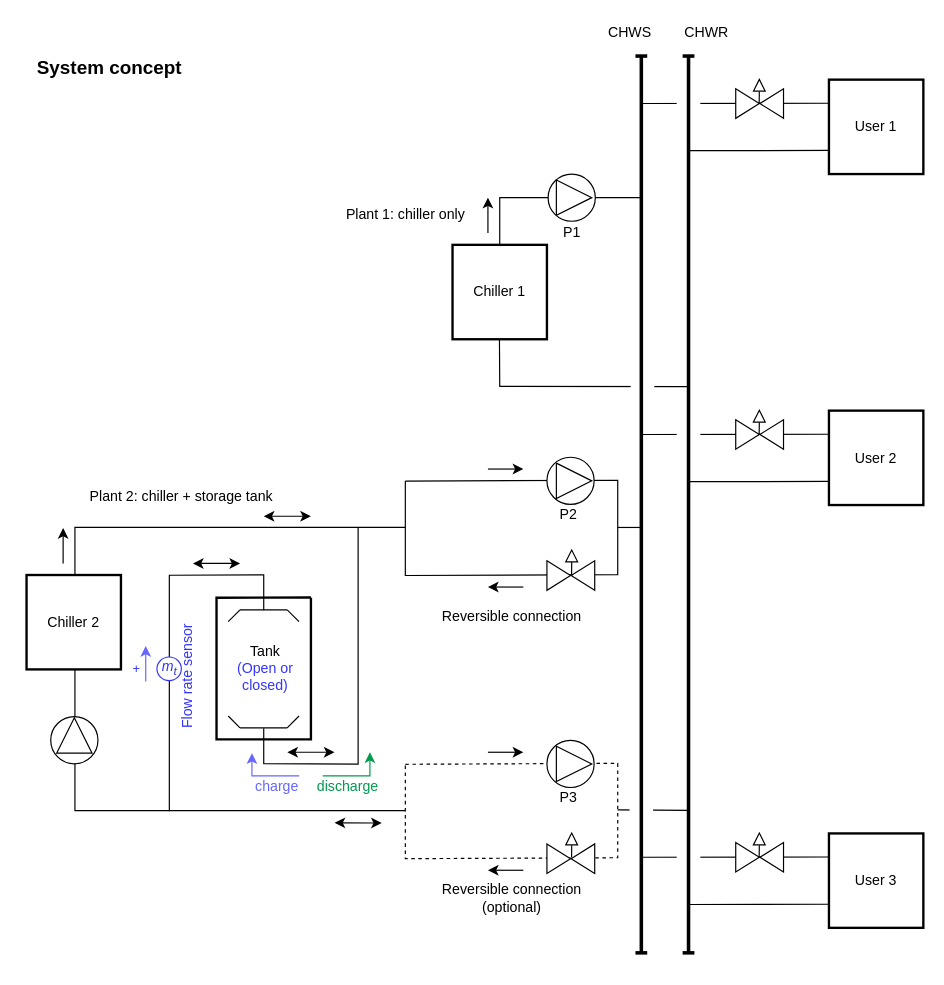
The draw.io diagram Buildings/Resources/Images/Fluid/Storage/Plant/DualSource.drawio in lbl-srg/modelica-buildings, before the edit. Source tidied: cells renumbered, new cells numbered last; positions are measured from the earlier drawing's top-left corner, leaving out a move shared by most shapes. Both pictures are drawn from the tidied source at 118%, with x=0, y=0 at pixel (26, 20).
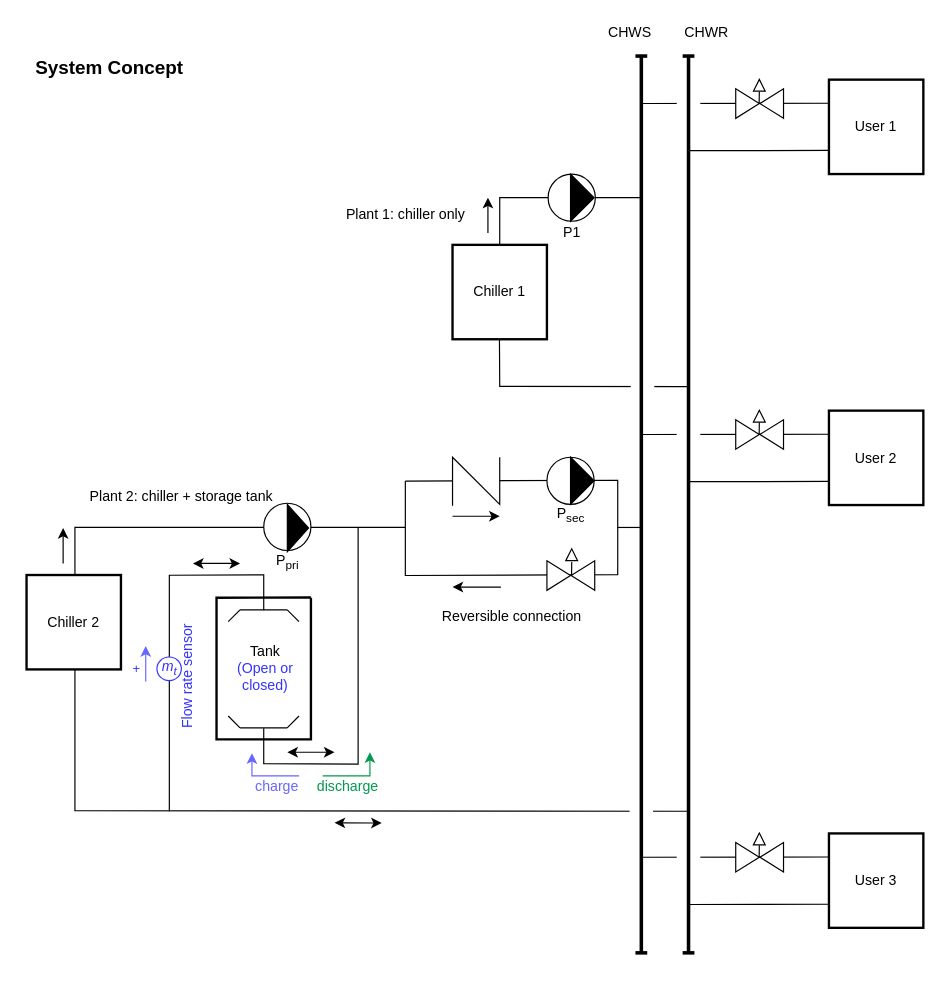
After the change.

What changed in the source:
```diff
@@
-    <mxCell id="2" style="endArrow=none;html=1;rounded=0;" parent="1" edge="1">
-      <mxGeometry relative="1" as="geometry">
-        <mxPoint x="561" y="669.2" as="sourcePoint" />
-        <mxPoint x="501" y="668.9" as="targetPoint" />
-      </mxGeometry>
-    </mxCell>
@@
-    <mxCell id="4" value="&lt;b&gt;&lt;font style=&quot;font-size: 16px&quot;&gt;System concept&lt;/font&gt;&lt;/b&gt;" style="text;html=1;align=center;verticalAlign=middle;strokeColor=none;fillColor=none;strokeWidth=1;" parent="1" vertex="1">
-      <mxGeometry y="30" width="140" height="20" as="geometry" />
+    <mxCell id="4" value="&lt;b&gt;&lt;font style=&quot;font-size: 16px&quot;&gt;System Concept&lt;/font&gt;&lt;/b&gt;" style="text;html=1;align=center;verticalAlign=middle;strokeColor=none;fillColor=none;strokeWidth=1;" parent="1" vertex="1">
+      <mxGeometry x="-5" y="25" width="150" height="30" as="geometry" />
     </mxCell>
@@
-    <mxCell id="11" style="endArrow=classic;html=1;rounded=0;strokeWidth=1;startArrow=classic;startFill=1;" parent="1" edge="1">
-      <mxGeometry relative="1" as="geometry">
-        <mxPoint x="201" y="420" as="sourcePoint" />
-        <mxPoint x="241" y="420" as="targetPoint" />
-      </mxGeometry>
-    </mxCell>
@@
     <mxCell id="19" style="endArrow=none;html=1;rounded=0;fontColor=#3333FF;strokeColor=#000000;" parent="1" edge="1">
       <mxGeometry relative="1" as="geometry">
         <mxPoint x="41" y="549.5" as="sourcePoint" />
-        <mxPoint x="321" y="669.5" as="targetPoint" />
+        <mxPoint x="561" y="670" as="targetPoint" />
         <Array as="points">
           <mxPoint x="41" y="669.5" />
         </Array>
       </mxGeometry>
     </mxCell>
-    <mxCell id="20" style="ellipse;whiteSpace=wrap;html=1;fontSize=16;strokeWidth=1;" parent="1" vertex="1">
-      <mxGeometry x="20.5" y="589.8" width="40" height="40" as="geometry" />
-    </mxCell>
-    <mxCell id="21" style="triangle;whiteSpace=wrap;html=1;fontSize=16;strokeWidth=1;rotation=-90;" parent="1" vertex="1">
-      <mxGeometry x="25.5" y="590.8" width="30" height="30" as="geometry" />
-    </mxCell>
@@
-    <mxCell id="34" style="endArrow=none;html=1;rounded=0;" parent="1" edge="1">
-      <mxGeometry relative="1" as="geometry">
-        <mxPoint x="321" y="390.2" as="sourcePoint" />
-        <mxPoint x="321" y="390.2" as="targetPoint" />
-        <Array as="points">
-          <mxPoint x="501" y="389.5" />
-          <mxPoint x="501" y="469.5" />
-          <mxPoint x="321" y="470.2" />
-        </Array>
-      </mxGeometry>
-    </mxCell>
@@
-    <mxCell id="36" style="triangle;whiteSpace=wrap;html=1;fontSize=16;strokeWidth=1;rotation=0;" parent="1" vertex="1">
-      <mxGeometry x="441" y="457.8" width="20" height="25" as="geometry" />
-    </mxCell>
-    <mxCell id="37" style="triangle;whiteSpace=wrap;html=1;fontSize=16;strokeWidth=1;rotation=-180;" parent="1" vertex="1">
-      <mxGeometry x="461.5" y="457.8" width="20" height="25" as="geometry" />
-    </mxCell>
-    <mxCell id="38" style="ellipse;whiteSpace=wrap;html=1;fontSize=16;strokeWidth=1;" parent="1" vertex="1">
-      <mxGeometry x="441" y="370" width="40" height="40" as="geometry" />
-    </mxCell>
-    <mxCell id="39" style="triangle;whiteSpace=wrap;html=1;fontSize=16;strokeWidth=1;rotation=0;" parent="1" vertex="1">
-      <mxGeometry x="449" y="375" width="30" height="30" as="geometry" />
-    </mxCell>
@@
-    <mxCell id="44" style="triangle;whiteSpace=wrap;html=1;fontSize=16;strokeWidth=1;rotation=0;" parent="1" vertex="1">
-      <mxGeometry x="449" y="135" width="30" height="30" as="geometry" />
+    <mxCell id="44" style="triangle;whiteSpace=wrap;html=1;fontSize=16;strokeWidth=1;rotation=0;fillColor=#000000;" parent="1" vertex="1">
+      <mxGeometry x="461" y="130" width="20" height="40" as="geometry" />
     </mxCell>
-    <mxCell id="45" style="endArrow=classic;html=1;rounded=0;strokeWidth=1;" parent="1" edge="1">
-      <mxGeometry relative="1" as="geometry">
-        <mxPoint x="421" y="480" as="sourcePoint" />
-        <mxPoint x="391" y="480" as="targetPoint" />
-      </mxGeometry>
-    </mxCell>
@@
-    <mxCell id="55" value="P2" style="text;html=1;align=center;verticalAlign=middle;strokeColor=none;fillColor=none;" parent="1" vertex="1">
-      <mxGeometry x="444" y="409" width="30" height="20" as="geometry" />
-    </mxCell>
@@
-    <mxCell id="78" style="endArrow=none;html=1;rounded=0;entryX=0.993;entryY=0.507;entryDx=0;entryDy=0;entryPerimeter=0;" parent="1" edge="1">
-      <mxGeometry relative="1" as="geometry">
-        <mxPoint x="462" y="458.8" as="sourcePoint" />
-        <mxPoint x="461.9" y="469.3" as="targetPoint" />
-      </mxGeometry>
-    </mxCell>
-    <mxCell id="79" style="triangle;whiteSpace=wrap;html=1;fontSize=16;strokeWidth=1;rotation=-90;" parent="1" vertex="1">
-      <mxGeometry x="457" y="448.6" width="10" height="10" as="geometry" />
-    </mxCell>
@@
-    <mxCell id="82" style="endArrow=classic;html=1;rounded=0;strokeWidth=1;" parent="1" edge="1">
-      <mxGeometry relative="1" as="geometry">
-        <mxPoint x="391" y="380" as="sourcePoint" />
-        <mxPoint x="421" y="380" as="targetPoint" />
-      </mxGeometry>
-    </mxCell>
+    <mxCell id="95" style="endArrow=none;html=1;rounded=0;" parent="1" edge="1">
+      <mxGeometry relative="1" as="geometry">
+        <mxPoint x="321" y="390.2" as="sourcePoint" />
+        <mxPoint x="321" y="390.2" as="targetPoint" />
+        <Array as="points">
+          <mxPoint x="501" y="389.5" />
+          <mxPoint x="501" y="469.5" />
+          <mxPoint x="321" y="470.2" />
+        </Array>
+      </mxGeometry>
+    </mxCell>
+    <mxCell id="96" style="triangle;whiteSpace=wrap;html=1;fontSize=16;strokeWidth=1;rotation=0;" parent="1" vertex="1">
+      <mxGeometry x="441" y="457.8" width="20" height="25" as="geometry" />
+    </mxCell>
+    <mxCell id="97" style="triangle;whiteSpace=wrap;html=1;fontSize=16;strokeWidth=1;rotation=-180;" parent="1" vertex="1">
+      <mxGeometry x="461.5" y="457.8" width="20" height="25" as="geometry" />
+    </mxCell>
+    <mxCell id="98" style="ellipse;whiteSpace=wrap;html=1;fontSize=16;strokeWidth=1;" parent="1" vertex="1">
+      <mxGeometry x="441" y="370" width="40" height="40" as="geometry" />
+    </mxCell>
+    <mxCell id="99" style="triangle;whiteSpace=wrap;html=1;fontSize=16;strokeWidth=1;rotation=0;fillColor=#000000;" parent="1" vertex="1">
+      <mxGeometry x="461" y="370" width="20" height="40" as="geometry" />
+    </mxCell>
+    <mxCell id="100" style="endArrow=classic;html=1;rounded=0;strokeWidth=1;" parent="1" edge="1">
+      <mxGeometry relative="1" as="geometry">
+        <mxPoint x="402" y="480" as="sourcePoint" />
+        <mxPoint x="361" y="480" as="targetPoint" />
+      </mxGeometry>
+    </mxCell>
+    <mxCell id="101" style="endArrow=none;html=1;rounded=0;entryX=0.993;entryY=0.507;entryDx=0;entryDy=0;entryPerimeter=0;" parent="1" edge="1">
+      <mxGeometry relative="1" as="geometry">
+        <mxPoint x="462" y="458.8" as="sourcePoint" />
+        <mxPoint x="461.9" y="469.3" as="targetPoint" />
+      </mxGeometry>
+    </mxCell>
+    <mxCell id="102" style="endArrow=classic;html=1;rounded=0;strokeWidth=1;" parent="1" edge="1">
+      <mxGeometry relative="1" as="geometry">
+        <mxPoint x="361" y="420" as="sourcePoint" />
+        <mxPoint x="401" y="420" as="targetPoint" />
+      </mxGeometry>
+    </mxCell>
@@
-    <mxCell id="84" style="endArrow=none;html=1;rounded=0;dashed=1;" parent="1" edge="1">
-      <mxGeometry relative="1" as="geometry">
-        <mxPoint x="321" y="630.2" as="sourcePoint" />
-        <mxPoint x="321" y="630.2" as="targetPoint" />
-        <Array as="points">
-          <mxPoint x="501" y="629.4" />
-          <mxPoint x="501" y="709.4" />
-          <mxPoint x="321" y="710.2" />
-        </Array>
-      </mxGeometry>
-    </mxCell>
-    <mxCell id="85" style="triangle;whiteSpace=wrap;html=1;fontSize=16;strokeWidth=1;rotation=0;" parent="1" vertex="1">
-      <mxGeometry x="441" y="697.7" width="20" height="25" as="geometry" />
-    </mxCell>
-    <mxCell id="86" style="triangle;whiteSpace=wrap;html=1;fontSize=16;strokeWidth=1;rotation=-180;" parent="1" vertex="1">
-      <mxGeometry x="461.5" y="697.7" width="20" height="25" as="geometry" />
-    </mxCell>
-    <mxCell id="87" style="ellipse;whiteSpace=wrap;html=1;fontSize=16;strokeWidth=1;" parent="1" vertex="1">
-      <mxGeometry x="441" y="609.9" width="40" height="40" as="geometry" />
-    </mxCell>
-    <mxCell id="88" style="triangle;whiteSpace=wrap;html=1;fontSize=16;strokeWidth=1;rotation=0;" parent="1" vertex="1">
-      <mxGeometry x="449" y="614.9" width="30" height="30" as="geometry" />
-    </mxCell>
-    <mxCell id="89" style="endArrow=classic;html=1;rounded=0;strokeWidth=1;" parent="1" edge="1">
-      <mxGeometry relative="1" as="geometry">
-        <mxPoint x="421" y="720" as="sourcePoint" />
-        <mxPoint x="391" y="720" as="targetPoint" />
-      </mxGeometry>
-    </mxCell>
-    <mxCell id="90" value="P3" style="text;html=1;align=center;verticalAlign=middle;strokeColor=none;fillColor=none;" parent="1" vertex="1">
-      <mxGeometry x="439" y="643.9" width="40" height="30" as="geometry" />
-    </mxCell>
-    <mxCell id="91" style="endArrow=none;html=1;rounded=0;entryX=0.993;entryY=0.507;entryDx=0;entryDy=0;entryPerimeter=0;" parent="1" edge="1">
-      <mxGeometry relative="1" as="geometry">
-        <mxPoint x="462" y="698.8" as="sourcePoint" />
-        <mxPoint x="461.9" y="709.2" as="targetPoint" />
-      </mxGeometry>
-    </mxCell>
-    <mxCell id="92" style="triangle;whiteSpace=wrap;html=1;fontSize=16;strokeWidth=1;rotation=-90;" parent="1" vertex="1">
-      <mxGeometry x="457" y="688.5" width="10" height="10" as="geometry" />
-    </mxCell>
-    <mxCell id="93" style="endArrow=classic;html=1;rounded=0;strokeWidth=1;" parent="1" edge="1">
-      <mxGeometry relative="1" as="geometry">
-        <mxPoint x="391" y="620" as="sourcePoint" />
-        <mxPoint x="421" y="620" as="targetPoint" />
-      </mxGeometry>
-    </mxCell>
-    <mxCell id="94" value="Reversible connection&lt;br&gt;(optional)" style="text;html=1;align=center;verticalAlign=middle;strokeColor=none;fillColor=none;" parent="1" vertex="1">
-      <mxGeometry x="341" y="724.4" width="140" height="40" as="geometry" />
-    </mxCell>
+    <mxCell id="103" style="rounded=0;whiteSpace=wrap;html=1;strokeColor=none;" parent="1" vertex="1">
+      <mxGeometry x="361" y="370" width="40" height="40" as="geometry" />
+    </mxCell>
+    <mxCell id="104" style="endArrow=none;html=1;rounded=0;" parent="1" edge="1">
+      <mxGeometry relative="1" as="geometry">
+        <mxPoint x="401" y="370" as="sourcePoint" />
+        <mxPoint x="361" y="411" as="targetPoint" />
+        <Array as="points">
+          <mxPoint x="401" y="410" />
+          <mxPoint x="361" y="370" />
+        </Array>
+      </mxGeometry>
+    </mxCell>
+    <mxCell id="105" value="P&lt;sub&gt;sec&lt;/sub&gt;" style="text;html=1;align=center;verticalAlign=middle;strokeColor=none;fillColor=none;" parent="1" vertex="1">
+      <mxGeometry x="436" y="404" width="50" height="30" as="geometry" />
+    </mxCell>
+    <mxCell id="106" style="triangle;whiteSpace=wrap;html=1;fontSize=16;strokeWidth=1;rotation=-90;" parent="1" vertex="1">
+      <mxGeometry x="457" y="447.6" width="10" height="10" as="geometry" />
+    </mxCell>
+    <mxCell id="107" style="ellipse;whiteSpace=wrap;html=1;fontSize=16;strokeWidth=1;" parent="1" vertex="1">
+      <mxGeometry x="201" y="409" width="40" height="40" as="geometry" />
+    </mxCell>
+    <mxCell id="108" style="triangle;whiteSpace=wrap;html=1;fontSize=16;strokeWidth=1;rotation=0;fillColor=#000000;" parent="1" vertex="1">
+      <mxGeometry x="221" y="410" width="18" height="40" as="geometry" />
+    </mxCell>
+    <mxCell id="109" value="P&lt;sub&gt;pri&lt;/sub&gt;" style="text;html=1;align=center;verticalAlign=middle;strokeColor=none;fillColor=none;" parent="1" vertex="1">
+      <mxGeometry x="201" y="444" width="40" height="30" as="geometry" />
+    </mxCell>
```
